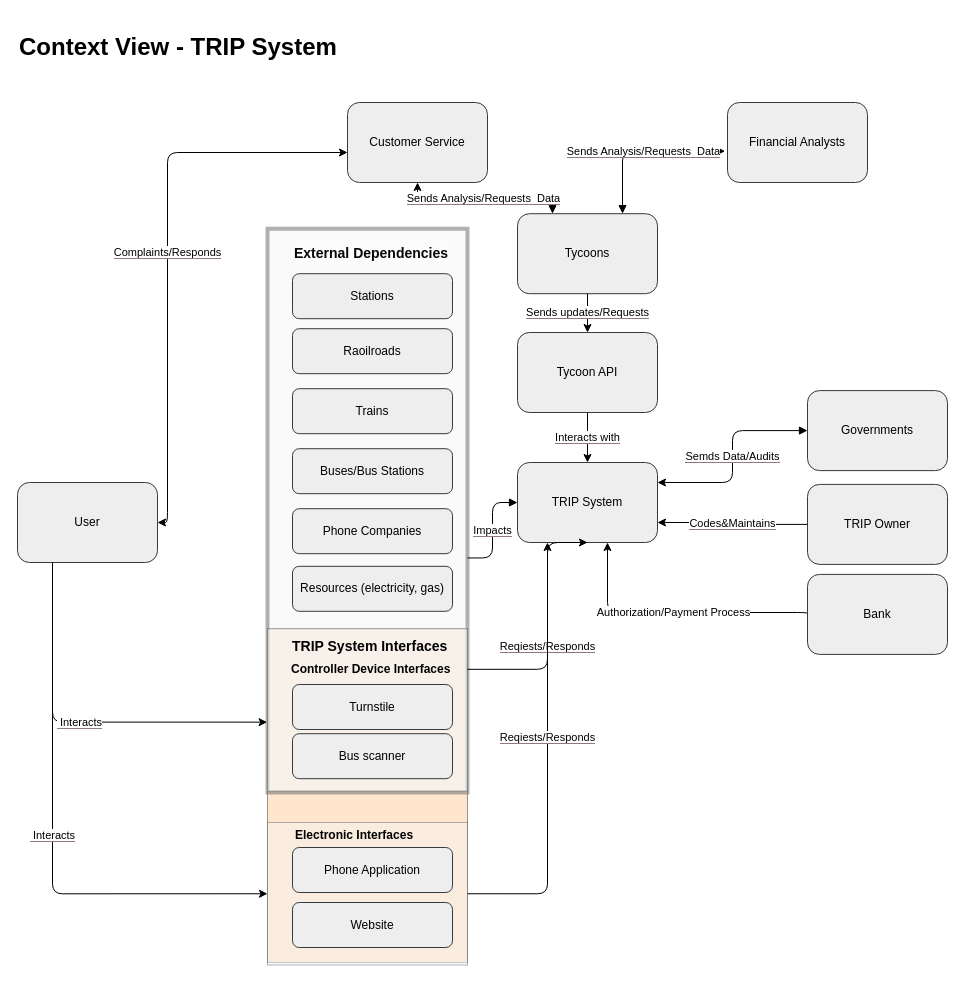
Above: drawings/context_view.drawio in aleCombi/SoftwareArchitecture (draw.io), before the change. Source tidied: cells renumbered, new cells numbered last; positions are measured from the earlier drawing's top-left corner, leaving out a move shared by most shapes. Both pictures are drawn from the tidied source at 100%, with x=0, y=0 at pixel (17, 32).
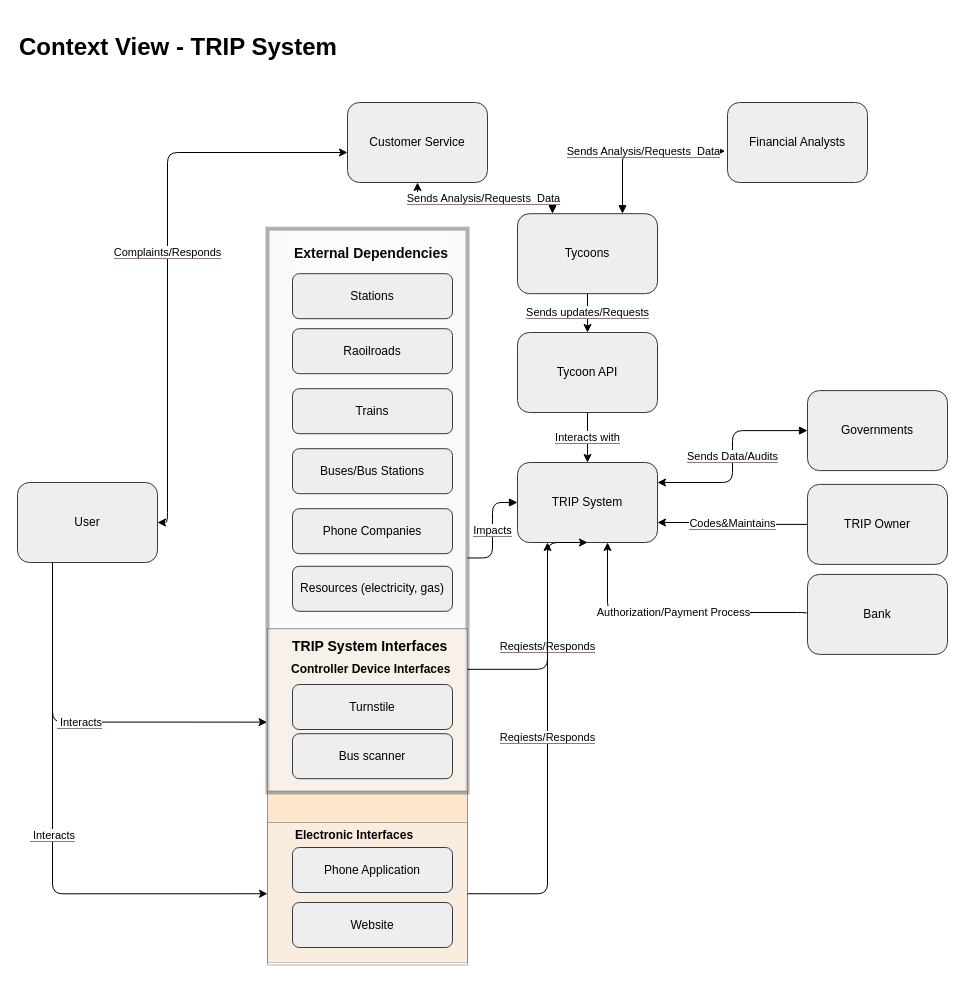
After the change.

Commit message (it also covers changes not shown here):
Sketching what there is to say about context view

Unchanged cells that the change refers to:
```xml
<mxCell id="6" value="TRIP System" style="rounded=1;whiteSpace=wrap;html=1;fillColor=#eeeeee;strokeColor=#36393d;" parent="1" vertex="1">
  <mxGeometry x="500" y="430" width="140" height="80" as="geometry" />
</mxCell>
<mxCell id="8" value="Governments" style="rounded=1;whiteSpace=wrap;html=1;fillColor=#eeeeee;strokeColor=#36393d;" parent="1" vertex="1">
  <mxGeometry x="790" y="358.1" width="140" height="80" as="geometry" />
</mxCell>
```

Change to the diagram source:
```diff
@@
-    <mxCell id="5" value="&lt;span style=&quot;background-color: rgb(255, 255, 255);&quot;&gt;Semds Data/Audits&lt;/span&gt;" style="edgeStyle=orthogonalEdgeStyle;html=1;exitX=1;exitY=0.25;exitDx=0;exitDy=0;labelBackgroundColor=#907a7a;strokeColor=#000000;fontColor=#000000;startArrow=classic;startFill=1;endArrow=block;endFill=1;" parent="1" edge="1" source="6" target="8">
+    <mxCell id="5" value="&lt;span style=&quot;background-color: rgb(255, 255, 255);&quot;&gt;Sends Data/Audits&lt;/span&gt;" style="edgeStyle=orthogonalEdgeStyle;html=1;exitX=1;exitY=0.25;exitDx=0;exitDy=0;labelBackgroundColor=#907a7a;strokeColor=#000000;fontColor=#000000;startArrow=classic;startFill=1;endArrow=block;endFill=1;" parent="1" edge="1" source="6" target="8">
       <mxGeometry relative="1" as="geometry" />
     </mxCell>
```
